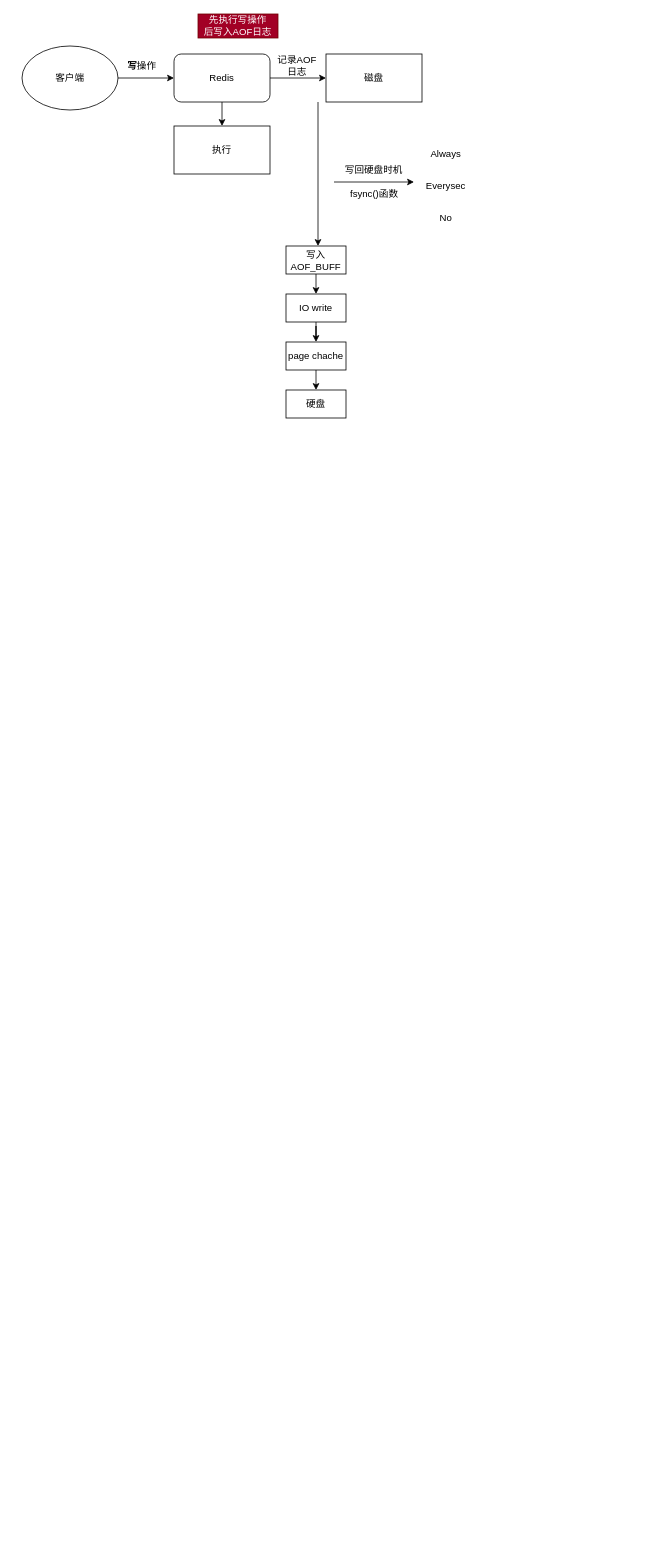
Before: Redis持久化.drawio in 1155200424/diagrams, a draw.io diagram. Source tidied: cells renumbered, new cells numbered last; positions are measured from the earlier drawing's top-left corner, leaving out a move shared by most shapes. Both pictures are drawn from the tidied source at 80%, with x=0, y=0 at pixel (22, 14).
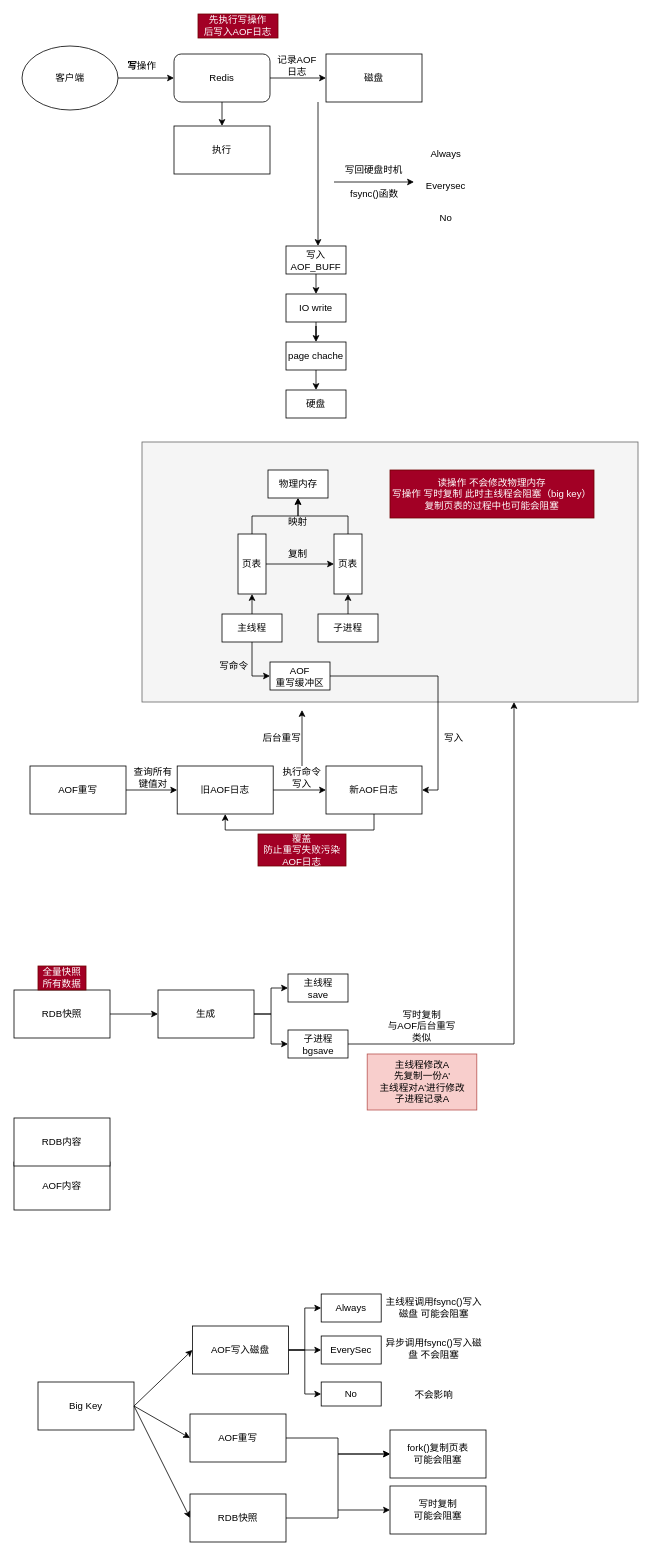
Above is the later version.

Commit message:
更新Redis持久化.drawio

Change to the diagram source:
```diff
@@
+    <mxCell id="26" style="group;" parent="1" vertex="1">
+      <mxGeometry x="10" y="535" width="760" height="530" as="geometry" />
+    </mxCell>
+    <mxCell id="27" style="rounded=0;whiteSpace=wrap;html=1;fillColor=#f5f5f5;fontColor=#333333;strokeColor=#666666;" parent="26" vertex="1">
+      <mxGeometry x="140" width="620" height="325" as="geometry" />
+    </mxCell>
+    <mxCell id="28" style="group;" parent="26" vertex="1">
+      <mxGeometry y="405" width="490" height="125" as="geometry" />
+    </mxCell>
+    <mxCell id="29" value="AOF重写" style="rounded=0;whiteSpace=wrap;html=1;" parent="28" vertex="1">
+      <mxGeometry width="120" height="60" as="geometry" />
+    </mxCell>
+    <mxCell id="30" value="旧AOF日志" style="rounded=0;whiteSpace=wrap;html=1;" parent="28" vertex="1">
+      <mxGeometry x="184" width="120" height="60" as="geometry" />
+    </mxCell>
+    <mxCell id="31" style="edgeStyle=orthogonalEdgeStyle;rounded=0;jettySize=auto;html=1;exitX=1;exitY=0.5;exitDx=0;exitDy=0;entryX=0;entryY=0.5;entryDx=0;entryDy=0;" parent="28" edge="1" source="29" target="30">
+      <mxGeometry relative="1" as="geometry" />
+    </mxCell>
+    <mxCell id="32" style="edgeStyle=orthogonalEdgeStyle;rounded=0;jettySize=auto;html=1;exitX=0.5;exitY=1;exitDx=0;exitDy=0;entryX=0.5;entryY=1;entryDx=0;entryDy=0;" parent="28" edge="1" source="33" target="30">
+      <mxGeometry relative="1" as="geometry" />
+    </mxCell>
+    <mxCell id="33" value="新AOF日志" style="rounded=0;whiteSpace=wrap;html=1;" parent="28" vertex="1">
+      <mxGeometry x="370" width="120" height="60" as="geometry" />
+    </mxCell>
+    <mxCell id="34" style="edgeStyle=orthogonalEdgeStyle;rounded=0;jettySize=auto;html=1;exitX=1;exitY=0.5;exitDx=0;exitDy=0;entryX=0;entryY=0.5;entryDx=0;entryDy=0;" parent="28" edge="1" source="30" target="33">
+      <mxGeometry relative="1" as="geometry" />
+    </mxCell>
+    <mxCell id="35" value="查询所有&lt;br&gt;键值对" style="text;html=1;align=center;verticalAlign=middle;whiteSpace=wrap;rounded=0;" parent="28" vertex="1">
+      <mxGeometry x="124" width="60" height="30" as="geometry" />
+    </mxCell>
+    <mxCell id="36" value="执行命令&lt;br&gt;写入" style="text;html=1;align=center;verticalAlign=middle;whiteSpace=wrap;rounded=0;" parent="28" vertex="1">
+      <mxGeometry x="310" width="60" height="30" as="geometry" />
+    </mxCell>
+    <mxCell id="37" value="覆盖&lt;br&gt;防止重写失败污染AOF日志" style="text;html=1;align=center;verticalAlign=middle;whiteSpace=wrap;rounded=0;fillColor=#a20025;fontColor=#ffffff;strokeColor=#6F0000;" parent="28" vertex="1">
+      <mxGeometry x="285" y="85" width="110" height="40" as="geometry" />
+    </mxCell>
+    <mxCell id="38" style="endArrow=classic;html=1;rounded=0;" parent="26" edge="1">
+      <mxGeometry relative="1" as="geometry">
+        <mxPoint x="340" y="405" as="sourcePoint" />
+        <mxPoint x="340" y="335" as="targetPoint" />
+      </mxGeometry>
+    </mxCell>
+    <mxCell id="39" value="后台重写" style="text;html=1;align=center;verticalAlign=middle;whiteSpace=wrap;rounded=0;" parent="26" vertex="1">
+      <mxGeometry x="285" y="355" width="60" height="30" as="geometry" />
+    </mxCell>
+    <mxCell id="40" style="group;" parent="26" vertex="1">
+      <mxGeometry x="240" y="35" width="195" height="215" as="geometry" />
+    </mxCell>
+    <mxCell id="41" value="主线程" style="rounded=0;whiteSpace=wrap;html=1;" parent="40" vertex="1">
+      <mxGeometry y="180" width="75" height="35" as="geometry" />
+    </mxCell>
+    <mxCell id="42" value="子进程" style="rounded=0;whiteSpace=wrap;html=1;" parent="40" vertex="1">
+      <mxGeometry x="120" y="180" width="75" height="35" as="geometry" />
+    </mxCell>
+    <mxCell id="43" value="页表" style="rounded=0;whiteSpace=wrap;html=1;direction=south;" parent="40" vertex="1">
+      <mxGeometry x="20" y="80" width="35" height="75" as="geometry" />
+    </mxCell>
+    <mxCell id="44" style="edgeStyle=orthogonalEdgeStyle;rounded=0;jettySize=auto;html=1;exitX=0.5;exitY=0;exitDx=0;exitDy=0;entryX=1;entryY=0.5;entryDx=0;entryDy=0;" parent="40" edge="1" source="41" target="43">
+      <mxGeometry relative="1" as="geometry" />
+    </mxCell>
+    <mxCell id="45" value="页表" style="rounded=0;whiteSpace=wrap;html=1;direction=south;" parent="40" vertex="1">
+      <mxGeometry x="140" y="80" width="35" height="75" as="geometry" />
+    </mxCell>
+    <mxCell id="46" style="edgeStyle=orthogonalEdgeStyle;rounded=0;jettySize=auto;html=1;exitX=0.5;exitY=0;exitDx=0;exitDy=0;entryX=1;entryY=0.5;entryDx=0;entryDy=0;" parent="40" edge="1" source="42" target="45">
+      <mxGeometry relative="1" as="geometry" />
+    </mxCell>
+    <mxCell id="47" style="edgeStyle=orthogonalEdgeStyle;rounded=0;jettySize=auto;html=1;exitX=0.5;exitY=0;exitDx=0;exitDy=0;entryX=0.5;entryY=1;entryDx=0;entryDy=0;" parent="40" edge="1" source="43" target="45">
+      <mxGeometry relative="1" as="geometry" />
+    </mxCell>
+    <mxCell id="48" value="物理内存" style="rounded=0;whiteSpace=wrap;html=1;" parent="40" vertex="1">
+      <mxGeometry x="57.5" width="75" height="35" as="geometry" />
+    </mxCell>
+    <mxCell id="49" style="edgeStyle=orthogonalEdgeStyle;rounded=0;jettySize=auto;html=1;exitX=0;exitY=0.5;exitDx=0;exitDy=0;entryX=0.5;entryY=1;entryDx=0;entryDy=0;" parent="40" edge="1" source="43" target="48">
+      <mxGeometry relative="1" as="geometry" />
+    </mxCell>
+    <mxCell id="50" style="edgeStyle=orthogonalEdgeStyle;rounded=0;jettySize=auto;html=1;exitX=0;exitY=0.5;exitDx=0;exitDy=0;entryX=0.5;entryY=1;entryDx=0;entryDy=0;" parent="40" edge="1" source="45" target="48">
+      <mxGeometry relative="1" as="geometry" />
+    </mxCell>
+    <mxCell id="51" value="复制" style="text;html=1;align=center;verticalAlign=middle;whiteSpace=wrap;rounded=0;" parent="40" vertex="1">
+      <mxGeometry x="65" y="90" width="60" height="30" as="geometry" />
+    </mxCell>
+    <mxCell id="52" value="映射" style="text;html=1;align=center;verticalAlign=middle;whiteSpace=wrap;rounded=0;" parent="40" vertex="1">
+      <mxGeometry x="65" y="50" width="60" height="30" as="geometry" />
+    </mxCell>
+    <mxCell id="53" value="读操作 不会修改物理内存&lt;br&gt;写操作 写时复制 此时主线程会阻塞（big key）&lt;br&gt;复制页表的过程中也可能会阻塞" style="text;html=1;align=center;verticalAlign=middle;whiteSpace=wrap;rounded=0;fillColor=#a20025;fontColor=#ffffff;strokeColor=#6F0000;" parent="26" vertex="1">
+      <mxGeometry x="450" y="35" width="255" height="60" as="geometry" />
+    </mxCell>
+    <mxCell id="54" style="edgeStyle=orthogonalEdgeStyle;rounded=0;jettySize=auto;html=1;exitX=1;exitY=0.5;exitDx=0;exitDy=0;entryX=1;entryY=0.5;entryDx=0;entryDy=0;" parent="26" edge="1" source="55" target="33">
+      <mxGeometry relative="1" as="geometry" />
+    </mxCell>
+    <mxCell id="55" value="AOF&lt;br&gt;重写缓冲区" style="rounded=0;whiteSpace=wrap;html=1;" parent="26" vertex="1">
+      <mxGeometry x="300" y="275" width="75" height="35" as="geometry" />
+    </mxCell>
+    <mxCell id="56" style="edgeStyle=orthogonalEdgeStyle;rounded=0;jettySize=auto;html=1;exitX=0.5;exitY=1;exitDx=0;exitDy=0;entryX=0;entryY=0.5;entryDx=0;entryDy=0;" parent="26" edge="1" source="41" target="55">
+      <mxGeometry relative="1" as="geometry" />
+    </mxCell>
+    <mxCell id="57" value="写命令" style="text;html=1;align=center;verticalAlign=middle;whiteSpace=wrap;rounded=0;" parent="26" vertex="1">
+      <mxGeometry x="225" y="265" width="60" height="30" as="geometry" />
+    </mxCell>
+    <mxCell id="58" value="写入" style="text;html=1;align=center;verticalAlign=middle;whiteSpace=wrap;rounded=0;" parent="26" vertex="1">
+      <mxGeometry x="500" y="355" width="60" height="30" as="geometry" />
+    </mxCell>
+    <mxCell id="59" style="edgeStyle=orthogonalEdgeStyle;rounded=0;jettySize=auto;html=1;exitX=1;exitY=0.5;exitDx=0;exitDy=0;entryX=0;entryY=0.5;entryDx=0;entryDy=0;" parent="1" edge="1" source="61" target="62">
+      <mxGeometry relative="1" as="geometry" />
+    </mxCell>
+    <mxCell id="60" style="edgeStyle=orthogonalEdgeStyle;rounded=0;jettySize=auto;html=1;exitX=1;exitY=0.5;exitDx=0;exitDy=0;entryX=0;entryY=0.5;entryDx=0;entryDy=0;" parent="1" edge="1" source="61" target="64">
+      <mxGeometry relative="1" as="geometry" />
+    </mxCell>
+    <mxCell id="61" value="生成" style="rounded=0;whiteSpace=wrap;html=1;" parent="1" vertex="1">
+      <mxGeometry x="170" y="1220" width="120" height="60" as="geometry" />
+    </mxCell>
+    <mxCell id="62" value="主线程&lt;br&gt;save" style="rounded=0;whiteSpace=wrap;html=1;" parent="1" vertex="1">
+      <mxGeometry x="332.5" y="1200" width="75" height="35" as="geometry" />
+    </mxCell>
+    <mxCell id="63" style="edgeStyle=orthogonalEdgeStyle;rounded=0;jettySize=auto;html=1;exitX=1;exitY=0.5;exitDx=0;exitDy=0;entryX=0.75;entryY=1;entryDx=0;entryDy=0;" parent="1" edge="1" source="64" target="27">
+      <mxGeometry relative="1" as="geometry" />
+    </mxCell>
+    <mxCell id="64" value="子进程bgsave" style="rounded=0;whiteSpace=wrap;html=1;" parent="1" vertex="1">
+      <mxGeometry x="332.5" y="1270" width="75" height="35" as="geometry" />
+    </mxCell>
+    <mxCell id="65" value="写时复制&lt;br&gt;与AOF后台重写&lt;br&gt;类似" style="text;html=1;align=center;verticalAlign=middle;whiteSpace=wrap;rounded=0;" parent="1" vertex="1">
+      <mxGeometry x="450" y="1240" width="100" height="50" as="geometry" />
+    </mxCell>
+    <mxCell id="66" value="主线程修改A&lt;br&gt;先复制一份A'&lt;br&gt;主线程对A'进行修改&lt;br&gt;子进程记录A" style="text;html=1;align=center;verticalAlign=middle;whiteSpace=wrap;rounded=0;fillColor=#f8cecc;strokeColor=#b85450;" parent="1" vertex="1">
+      <mxGeometry x="431.5" y="1300" width="137" height="70" as="geometry" />
+    </mxCell>
+    <mxCell id="67" style="group;" parent="1" vertex="1">
+      <mxGeometry x="-10" y="1190" width="120" height="90" as="geometry" />
+    </mxCell>
+    <mxCell id="68" value="RDB快照" style="rounded=0;whiteSpace=wrap;html=1;" parent="67" vertex="1">
+      <mxGeometry y="30" width="120" height="60" as="geometry" />
+    </mxCell>
+    <mxCell id="69" value="全量快照&lt;br&gt;所有数据" style="text;html=1;align=center;verticalAlign=middle;whiteSpace=wrap;rounded=0;fillColor=#a20025;fontColor=#ffffff;strokeColor=#6F0000;" parent="67" vertex="1">
+      <mxGeometry x="30" width="60" height="30" as="geometry" />
+    </mxCell>
+    <mxCell id="70" style="edgeStyle=orthogonalEdgeStyle;rounded=0;jettySize=auto;html=1;exitX=1;exitY=0.5;exitDx=0;exitDy=0;entryX=0;entryY=0.5;entryDx=0;entryDy=0;" parent="1" edge="1" source="68" target="61">
+      <mxGeometry relative="1" as="geometry" />
+    </mxCell>
+    <mxCell id="71" style="group;" parent="1" vertex="1">
+      <mxGeometry x="30" y="1420" width="120" height="90" as="geometry" />
+    </mxCell>
+    <mxCell id="72" style="group;" parent="71" vertex="1">
+      <mxGeometry x="-40" y="-70" width="120" height="145" as="geometry" />
+    </mxCell>
+    <mxCell id="73" value="AOF内容" style="rounded=0;whiteSpace=wrap;html=1;" parent="72" vertex="1">
+      <mxGeometry y="85" width="120" height="60" as="geometry" />
+    </mxCell>
+    <mxCell id="74" style="group;" parent="72" vertex="1">
+      <mxGeometry width="120" height="90" as="geometry" />
+    </mxCell>
+    <mxCell id="75" value="RDB内容" style="rounded=0;whiteSpace=wrap;html=1;" parent="74" vertex="1">
+      <mxGeometry y="30" width="120" height="60" as="geometry" />
+    </mxCell>
+    <mxCell id="76" value="Big Key" style="rounded=0;whiteSpace=wrap;html=1;" parent="1" vertex="1">
+      <mxGeometry x="20" y="1710" width="120" height="60" as="geometry" />
+    </mxCell>
+    <mxCell id="77" style="edgeStyle=orthogonalEdgeStyle;rounded=0;jettySize=auto;html=1;exitX=1;exitY=0.5;exitDx=0;exitDy=0;entryX=0;entryY=0.5;entryDx=0;entryDy=0;" parent="1" edge="1" source="80" target="81">
+      <mxGeometry relative="1" as="geometry" />
+    </mxCell>
+    <mxCell id="78" style="edgeStyle=orthogonalEdgeStyle;rounded=0;jettySize=auto;html=1;exitX=1;exitY=0.5;exitDx=0;exitDy=0;entryX=0;entryY=0.5;entryDx=0;entryDy=0;" parent="1" edge="1" source="80" target="83">
+      <mxGeometry relative="1" as="geometry" />
+    </mxCell>
+    <mxCell id="79" style="edgeStyle=orthogonalEdgeStyle;rounded=0;jettySize=auto;html=1;exitX=1;exitY=0.5;exitDx=0;exitDy=0;entryX=0;entryY=0.5;entryDx=0;entryDy=0;" parent="1" edge="1" source="80" target="85">
+      <mxGeometry relative="1" as="geometry" />
+    </mxCell>
+    <mxCell id="80" value="AOF写入磁盘" style="rounded=0;whiteSpace=wrap;html=1;" parent="1" vertex="1">
+      <mxGeometry x="213" y="1640" width="120" height="60" as="geometry" />
+    </mxCell>
+    <mxCell id="81" value="Always" style="rounded=0;whiteSpace=wrap;html=1;" parent="1" vertex="1">
+      <mxGeometry x="374" y="1600" width="75" height="35" as="geometry" />
+    </mxCell>
+    <mxCell id="82" value="主线程调用fsync()写入磁盘 可能会阻塞" style="text;html=1;align=center;verticalAlign=middle;whiteSpace=wrap;rounded=0;" parent="1" vertex="1">
+      <mxGeometry x="450" y="1600" width="130" height="33" as="geometry" />
+    </mxCell>
+    <mxCell id="83" value="EverySec" style="rounded=0;whiteSpace=wrap;html=1;" parent="1" vertex="1">
+      <mxGeometry x="374" y="1652.5" width="75" height="35" as="geometry" />
+    </mxCell>
+    <mxCell id="84" value="异步调用fsync()写入磁盘 不会阻塞" style="text;html=1;align=center;verticalAlign=middle;whiteSpace=wrap;rounded=0;" parent="1" vertex="1">
+      <mxGeometry x="450" y="1652.5" width="130" height="33" as="geometry" />
+    </mxCell>
+    <mxCell id="85" value="No" style="rounded=0;whiteSpace=wrap;html=1;" parent="1" vertex="1">
+      <mxGeometry x="374" y="1710" width="75" height="30" as="geometry" />
+    </mxCell>
+    <mxCell id="86" value="不会影响" style="text;html=1;align=center;verticalAlign=middle;whiteSpace=wrap;rounded=0;" parent="1" vertex="1">
+      <mxGeometry x="450" y="1710" width="130" height="33" as="geometry" />
+    </mxCell>
+    <mxCell id="87" style="edgeStyle=orthogonalEdgeStyle;rounded=0;jettySize=auto;html=1;exitX=1;exitY=0.5;exitDx=0;exitDy=0;entryX=0;entryY=0.5;entryDx=0;entryDy=0;" parent="1" edge="1" source="88" target="94">
+      <mxGeometry relative="1" as="geometry" />
+    </mxCell>
+    <mxCell id="88" value="AOF重写" style="rounded=0;whiteSpace=wrap;html=1;" parent="1" vertex="1">
+      <mxGeometry x="210" y="1750" width="120" height="60" as="geometry" />
+    </mxCell>
+    <mxCell id="89" style="edgeStyle=orthogonalEdgeStyle;rounded=0;jettySize=auto;html=1;exitX=1;exitY=0.5;exitDx=0;exitDy=0;entryX=0;entryY=0.5;entryDx=0;entryDy=0;" parent="1" edge="1" source="90" target="94">
+      <mxGeometry relative="1" as="geometry" />
+    </mxCell>
+    <mxCell id="90" value="RDB快照" style="rounded=0;whiteSpace=wrap;html=1;" parent="1" vertex="1">
+      <mxGeometry x="210" y="1850" width="120" height="60" as="geometry" />
+    </mxCell>
+    <mxCell id="91" style="endArrow=classic;html=1;rounded=0;entryX=0;entryY=0.5;entryDx=0;entryDy=0;" parent="1" edge="1" target="80">
+      <mxGeometry relative="1" as="geometry">
+        <mxPoint x="140" y="1740" as="sourcePoint" />
+      </mxGeometry>
+    </mxCell>
+    <mxCell id="92" style="endArrow=classic;html=1;rounded=0;entryX=0;entryY=0.5;entryDx=0;entryDy=0;" parent="1" edge="1" target="88">
+      <mxGeometry relative="1" as="geometry">
+        <mxPoint x="140" y="1740" as="sourcePoint" />
+      </mxGeometry>
+    </mxCell>
+    <mxCell id="93" style="endArrow=classic;html=1;rounded=0;entryX=0;entryY=0.5;entryDx=0;entryDy=0;" parent="1" edge="1" target="90">
+      <mxGeometry relative="1" as="geometry">
+        <mxPoint x="140" y="1740" as="sourcePoint" />
+      </mxGeometry>
+    </mxCell>
+    <mxCell id="94" value="fork()复制页表&lt;br&gt;可能会阻塞" style="rounded=0;whiteSpace=wrap;html=1;" parent="1" vertex="1">
+      <mxGeometry x="460" y="1770" width="120" height="60" as="geometry" />
+    </mxCell>
+    <mxCell id="95" style="group;" parent="1" vertex="1">
+      <mxGeometry x="395" y="1840" width="180" height="60" as="geometry" />
+    </mxCell>
+    <mxCell id="96" value="写时复制&lt;br&gt;可能会阻塞" style="rounded=0;whiteSpace=wrap;html=1;" parent="95" vertex="1">
+      <mxGeometry x="65" width="120" height="60" as="geometry" />
+    </mxCell>
+    <mxCell id="97" style="endArrow=classic;html=1;rounded=0;entryX=0;entryY=0.5;entryDx=0;entryDy=0;" parent="95" edge="1" target="96">
+      <mxGeometry relative="1" as="geometry">
+        <mxPoint y="30" as="sourcePoint" />
+      </mxGeometry>
+    </mxCell>
```
